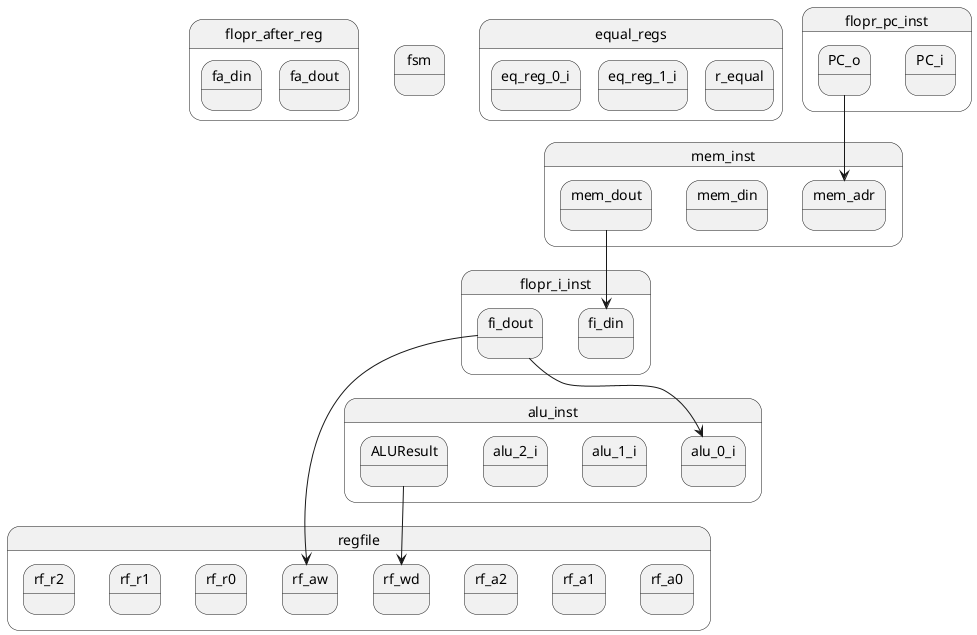
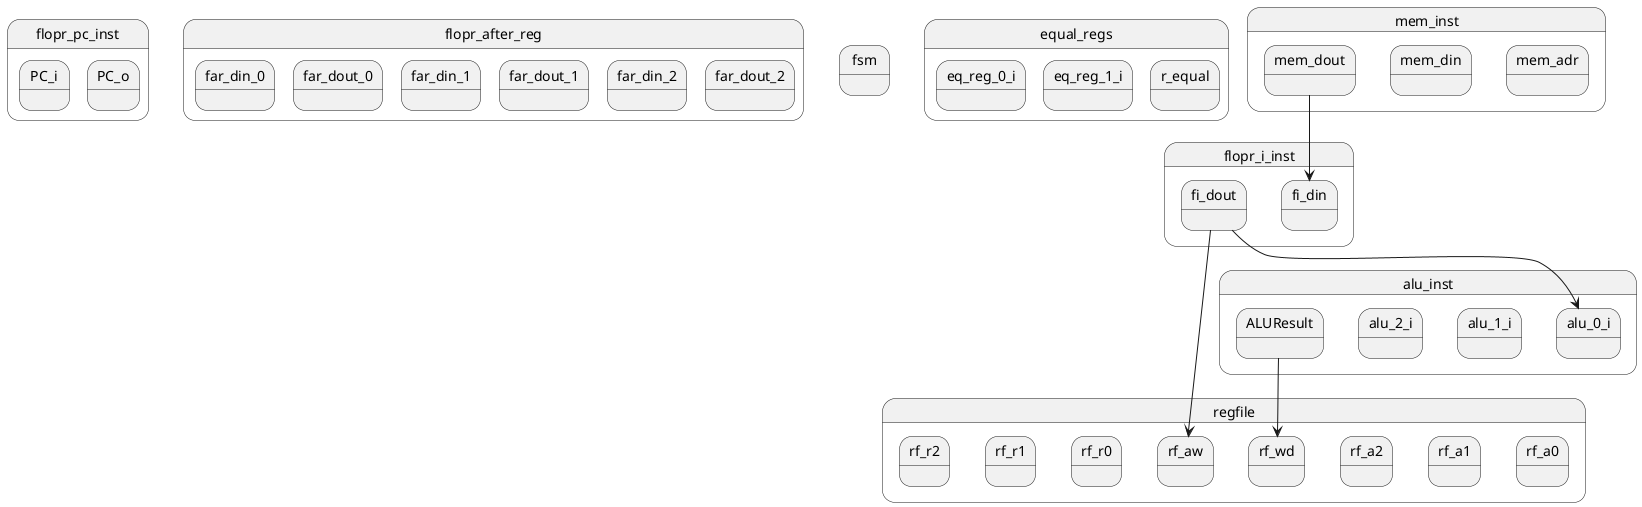
@startuml ttt

state flopr_pc_inst {
    state PC_i
    state PC_o
}


state mem_inst {
    state mem_adr
    state mem_din
    state mem_dout
}


state flopr_i_inst {
    state fi_din
    state fi_dout
}

state regfile {
    state rf_a0
    state rf_a1
    state rf_a2
    state rf_aw
    state rf_wd
    state rf_r0
    state rf_r1
    state rf_r2
}


state flopr_after_reg {
-     state fa_din
-     state fa_dout
+     state far_din_0
+     state far_dout_0
+ 
+     state far_din_1
+     state far_dout_1
+ 
+     state far_din_2
+     state far_dout_2
}


state fsm {
}


state alu_inst {
    state alu_0_i
    state alu_1_i
    state alu_2_i
    state ALUResult
}



state equal_regs {
    state eq_reg_0_i
    state eq_reg_1_i
    state r_equal
}

mem_dout --> fi_din
fi_dout --> alu_0_i
ALUResult --> rf_wd
fi_dout --> rf_aw
- PC_o --> mem_adr
- 
@enduml